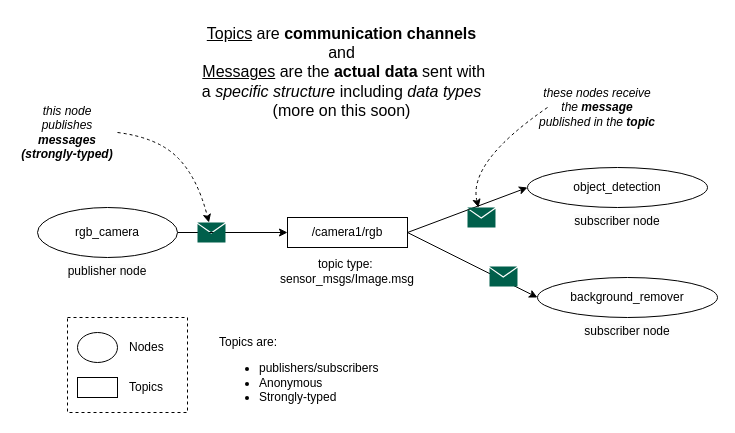
Earlier version of the draw.io diagram page "topics" (7 of 7) of src/resources/ros.drawio (harleylara/robotics). Source tidied: cells renumbered, new cells numbered last; positions are measured from the earlier drawing's top-left corner, leaving out a move shared by most shapes. Both pictures are drawn from the tidied source at 100%, with x=0, y=0 at pixel (17, 17).
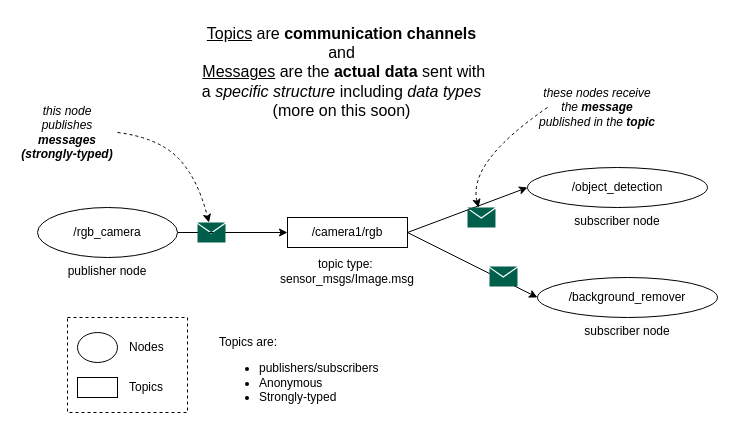
After the change.

Commit message:
fix node route

What changed in the source:
```diff
@@
-    <mxCell id="4" value="rgb_camera" style="ellipse;whiteSpace=wrap;html=1;" parent="1" vertex="1">
+    <mxCell id="4" value="/rgb_camera" style="ellipse;whiteSpace=wrap;html=1;" parent="1" vertex="1">
       <mxGeometry x="20" y="190" width="140" height="50" as="geometry" />
     </mxCell>
@@
-    <mxCell id="9" value="object_detection" style="ellipse;whiteSpace=wrap;html=1;" parent="1" vertex="1">
+    <mxCell id="9" value="/object_detection" style="ellipse;whiteSpace=wrap;html=1;" parent="1" vertex="1">
       <mxGeometry x="510" y="150" width="180" height="40" as="geometry" />
     </mxCell>
-    <mxCell id="10" value="background_remover" style="ellipse;whiteSpace=wrap;html=1;" parent="1" vertex="1">
+    <mxCell id="10" value="/background_remover" style="ellipse;whiteSpace=wrap;html=1;" parent="1" vertex="1">
       <mxGeometry x="520" y="260" width="180" height="40" as="geometry" />
     </mxCell>
```
